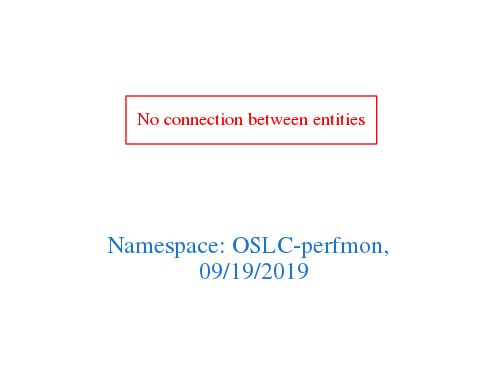
The Graphviz diagram downloads/OSLC-perfmon.png in arago/OGIT, before a commit. Its source is kept beside it as downloads/OSLC-perfmon.dot.
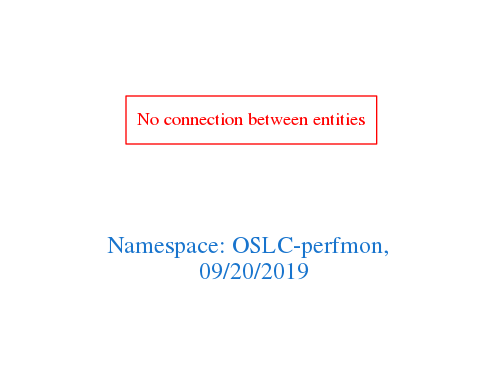
After the change.

What changed in the source:
```diff
@@ -1,7 +1,7 @@
 digraph OGIT_ontology {
  graph [ rankdir= LR,pad=1
 fontsize = 18,
-fontcolor= dodgerblue3,label = "\n\n\nNamespace: OSLC-perfmon, \n 09/19/2019"];
+fontcolor= dodgerblue3,label = "\n\n\nNamespace: OSLC-perfmon, \n 09/20/2019"];
 node[shape=polygon];
 edge [  color="gray81"];
 
```
